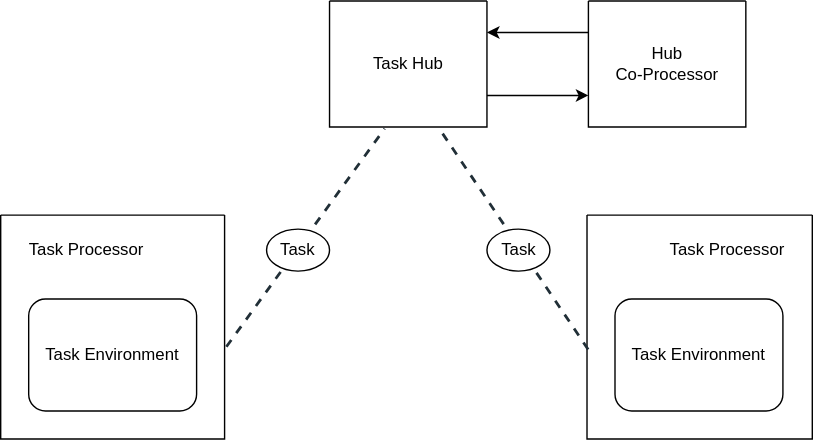
BlackSpider8391/TaskFlow keeps this draw.io diagram as Task.drawio.svg. Above is the earlier version. Source tidied: cells renumbered, new cells last; positions are measured from the earlier drawing's top-left corner, leaving out a move shared by most shapes.
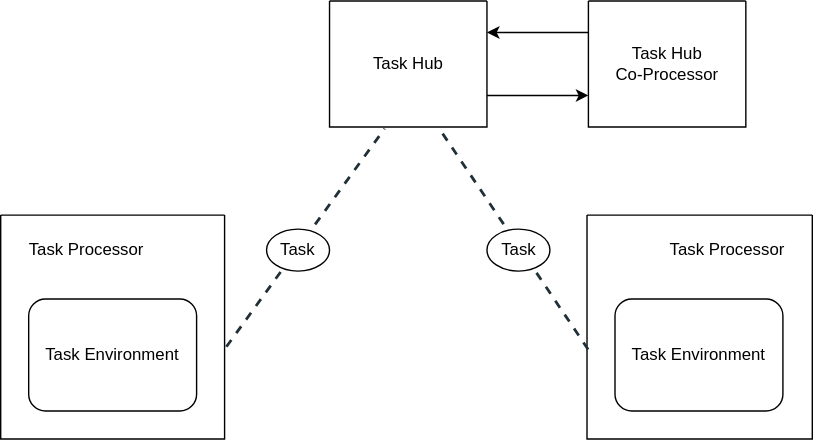
The same file after the commit.

Diff of the diagram source:
```diff
@@ -35,7 +35,7 @@
     <mxCell id="12" style="swimlane;startSize=0;" parent="1" vertex="1">
       <mxGeometry x="420" width="112.5" height="90" as="geometry" />
     </mxCell>
-    <mxCell id="13" value="Hub &lt;br&gt;Co-Processor" style="text;html=1;align=center;verticalAlign=middle;strokeColor=none;fillColor=none;" parent="12" vertex="1">
+    <mxCell id="13" value="Task Hub &lt;br&gt;Co-Processor" style="text;html=1;align=center;verticalAlign=middle;strokeColor=none;fillColor=none;" parent="12" vertex="1">
       <mxGeometry x="6.2" y="25" width="100" height="40" as="geometry" />
     </mxCell>
     <mxCell id="14" style="endArrow=classic;html=1;rounded=0;entryX=0;entryY=0.75;entryDx=0;entryDy=0;exitX=1;exitY=0.75;exitDx=0;exitDy=0;" parent="1" edge="1" source="9" target="12">
```
